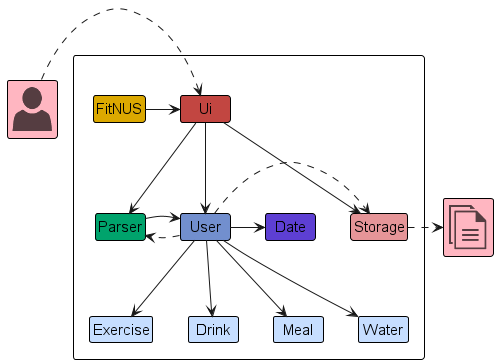
Before: docs/diagrams/diagrams_png/ArchitectureDiagram.png, a diagram exported from PlantUML (jasonlienardi/tp). Its diagram source:
```plantuml
@startuml
!include Style.puml

!include <office/Users/user>
!include <office/Concepts/documents>

hide footbox
hide members

Package " "{
    Class Ui UI_COLOR
    Class FitNUS MAIN_COLOR
    Class Storage STORAGE_COLOR
    Class Parser PARSER_COLOR
    Class User COMMAND_COLOR
    Class Date INGREDIENT_COLOR
    Class Exercise RECIPE_COLOR
    Class Drink RECIPE_COLOR
    Class Meal RECIPE_COLOR
    Class Water RECIPE_COLOR
}

Class "<$user>" as Icon PERSON_COLOR
Class "<$documents>" as File PERSON_COLOR

Icon .> Ui
FitNUS -> Ui

Ui -> Parser
Ui --> User
Ui --> Storage

User -> Date
User .> Parser
User .> Storage
User --> Exercise
User --> Meal
User --> Drink
User --> Water

Parser -> User
Storage .> File

@enduml
```
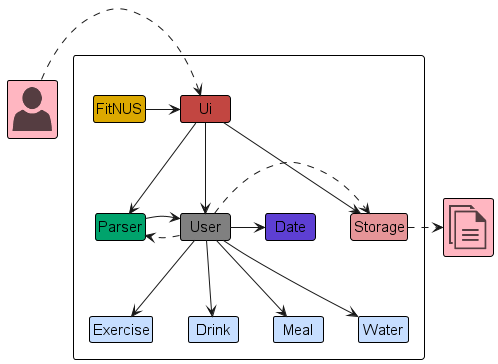
After the commit.

Commit message:
Add sequence diagram

What changed in the source:
```diff
@@ -12,12 +12,12 @@
     Class FitNUS MAIN_COLOR
     Class Storage STORAGE_COLOR
     Class Parser PARSER_COLOR
-    Class User COMMAND_COLOR
-    Class Date INGREDIENT_COLOR
-    Class Exercise RECIPE_COLOR
-    Class Drink RECIPE_COLOR
-    Class Meal RECIPE_COLOR
-    Class Water RECIPE_COLOR
+    Class User USER_COLOR
+    Class Date DATE_COLOR
+    Class Exercise LIST_COLOR
+    Class Drink LIST_COLOR
+    Class Meal LIST_COLOR
+    Class Water LIST_COLOR
 }
 
 Class "<$user>" as Icon PERSON_COLOR
```
